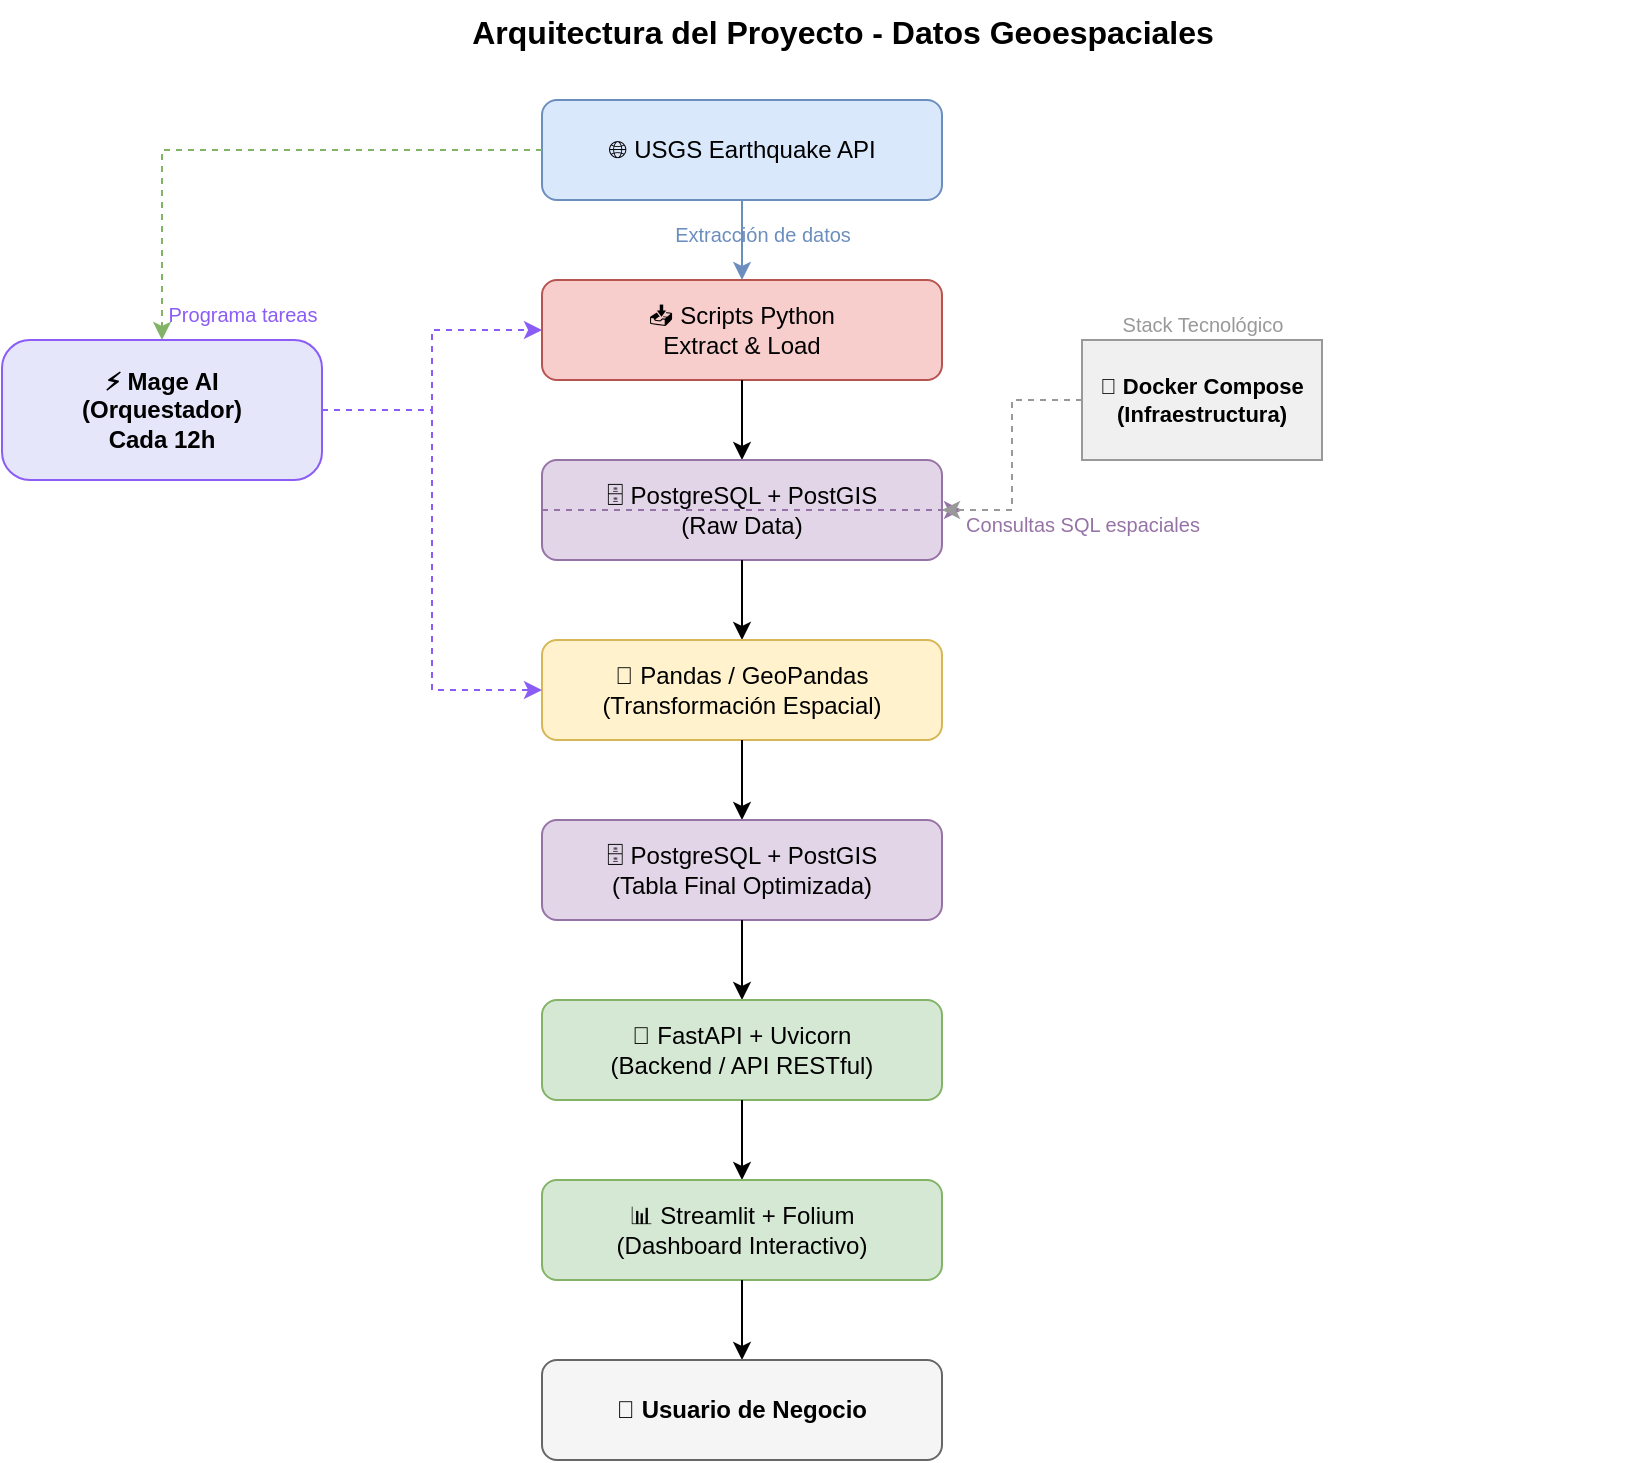
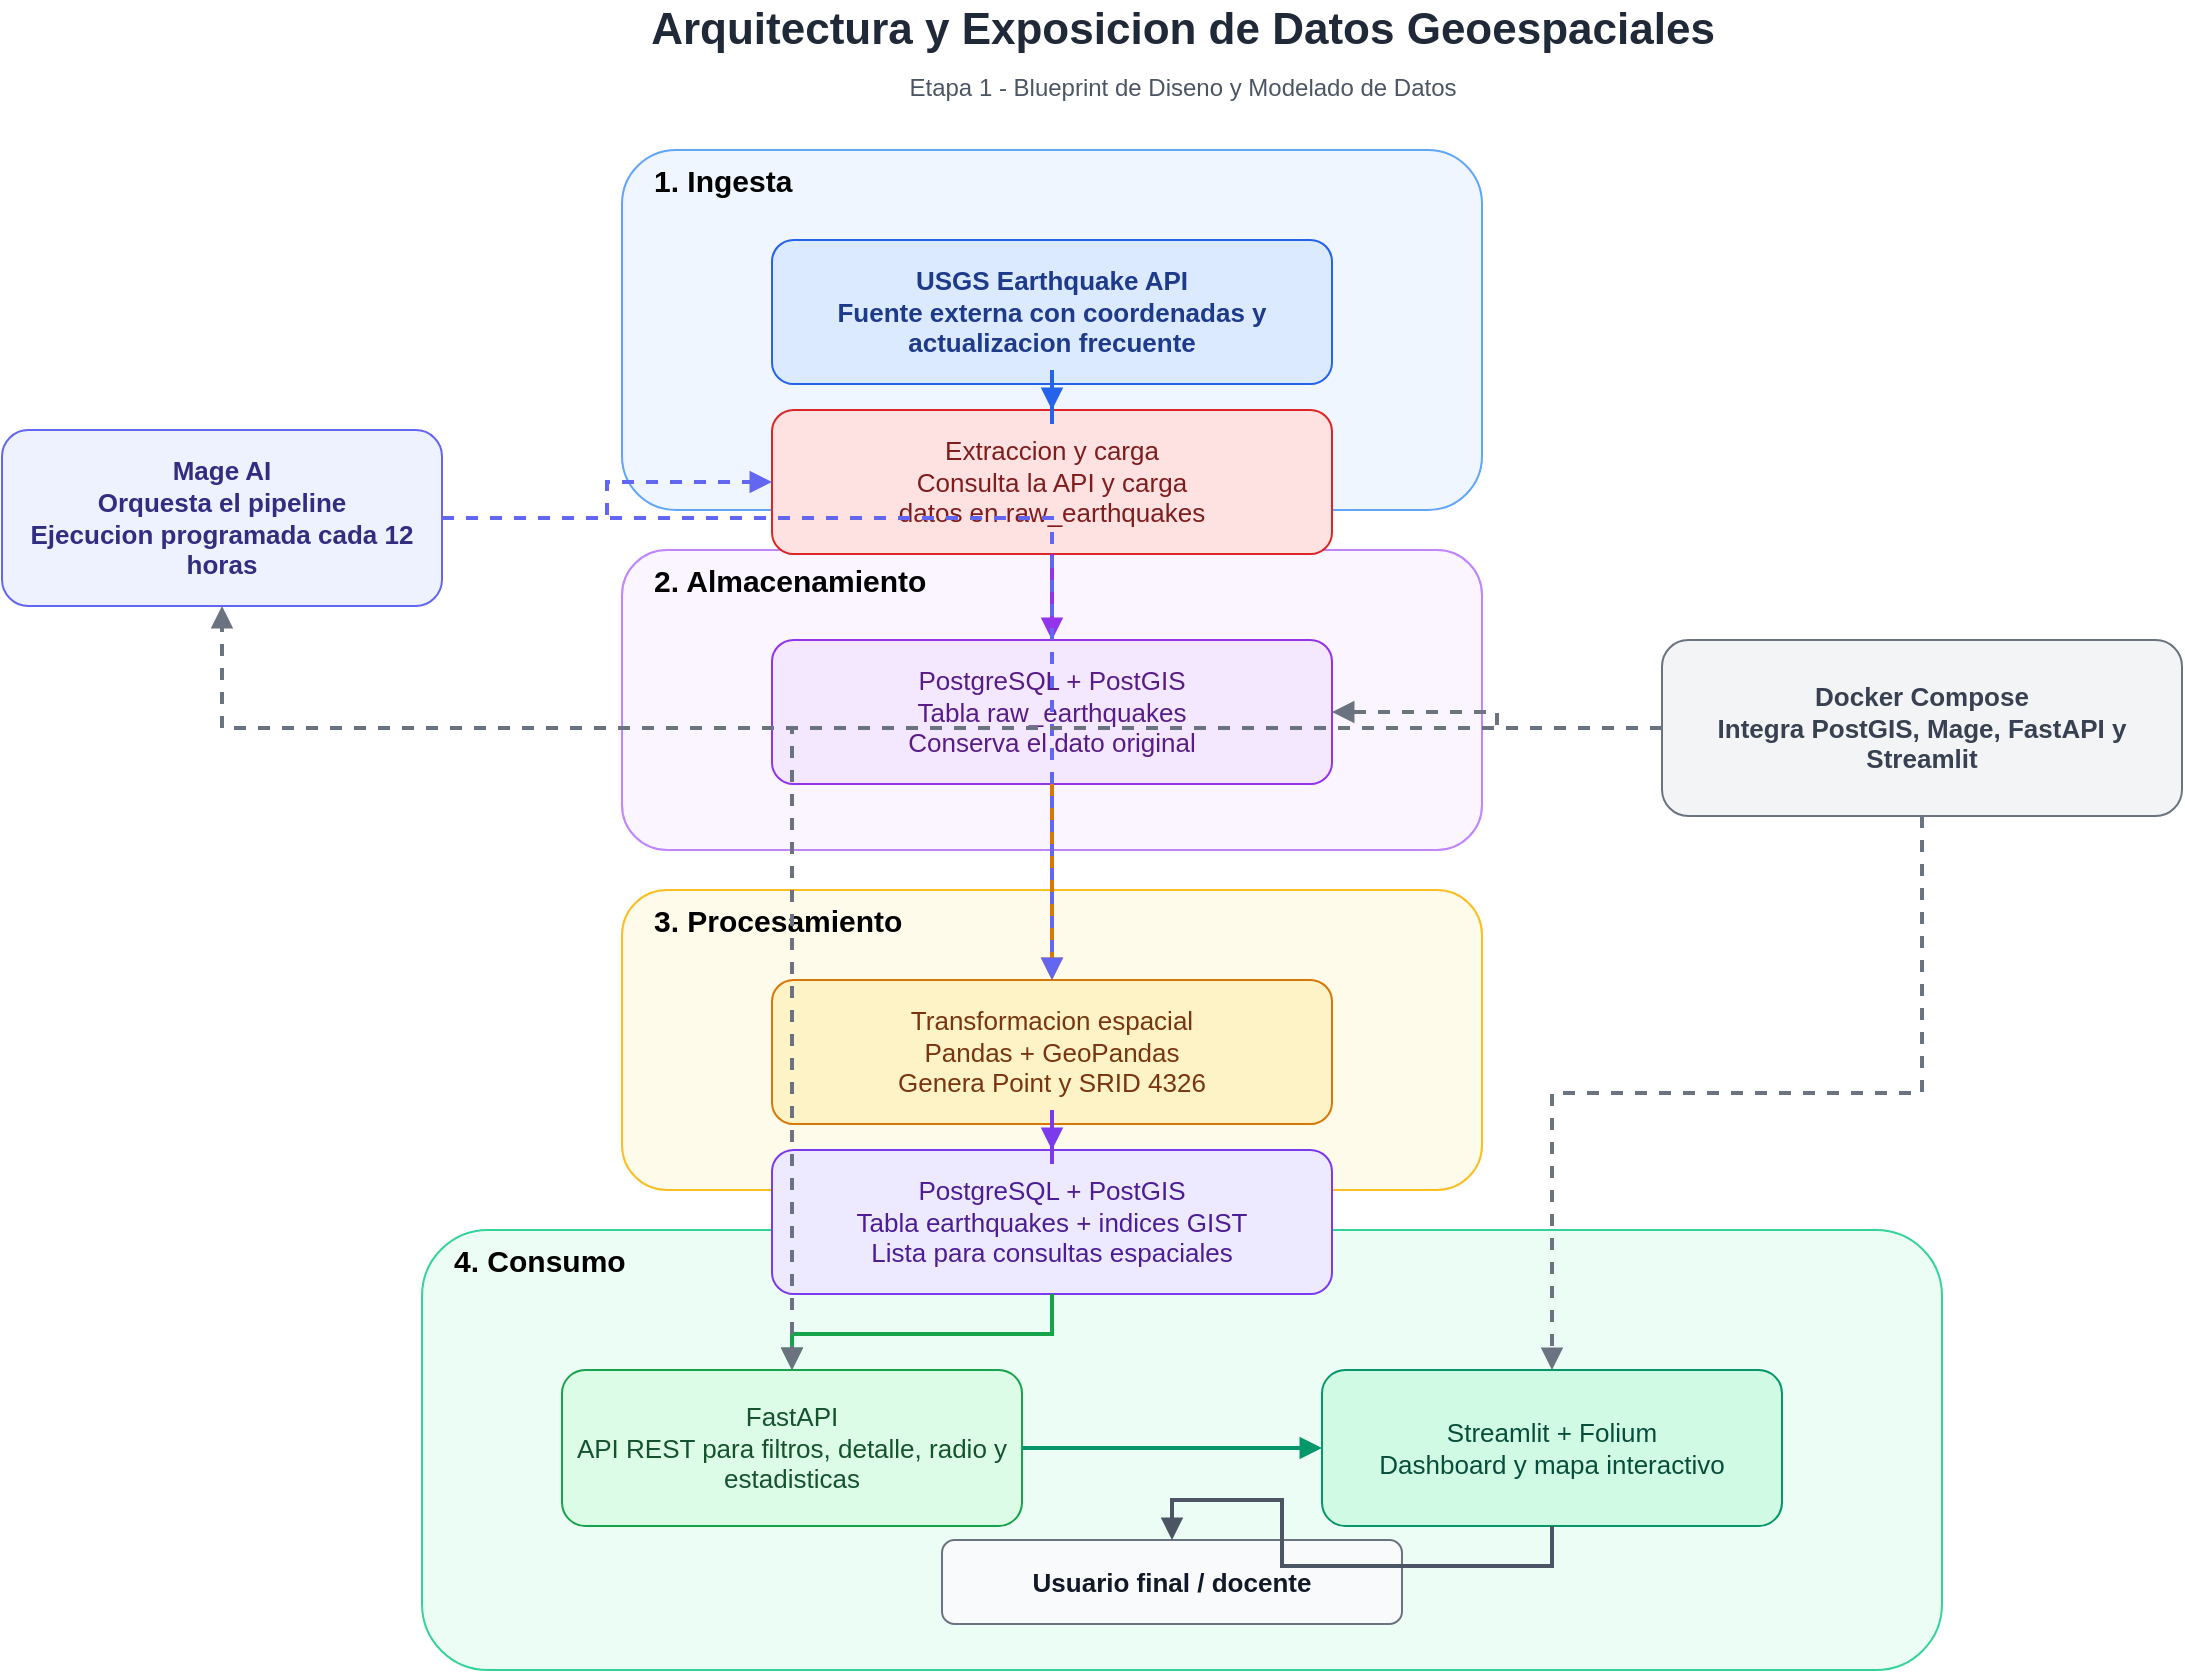
- <mxfile host="app.diagrams.net" modified="2025-05-14T00:00:00Z" agent="ProyectoSemestral" version="21.0.0">
-   <diagram id="arch-diagram" name="Arquitectura">
-     <mxGraphModel dx="1000" dy="700" grid="1" gridSize="10" guides="1" tooltips="1" connect="1" arrows="1" fold="1" page="1" pageScale="1" pageWidth="1100" pageHeight="900">
+ <mxfile host="app.diagrams.net" modified="2026-06-06T10:00:00Z" agent="Codex" version="24.7.17">
+   <diagram id="stage1-architecture" name="Arquitectura Etapa 1">
+     <mxGraphModel dx="1600" dy="1000" grid="1" gridSize="10" guides="1" tooltips="1" connect="1" arrows="1" fold="1" page="1" pageScale="1" pageWidth="1400" pageHeight="1000" math="0" shadow="0">
      <root>
-         <mxCell id="0"/>
-         <mxCell id="1" parent="0"/>
+         <mxCell id="0" />
+         <mxCell id="1" parent="0" />

-         <!-- Título -->
-         <mxCell id="title" value="Arquitectura del Proyecto - Datos Geoespaciales" style="text;html=1;fontSize=16;fontStyle=1;align=center;verticalAlign=top;" parent="1" vertex="1">
-           <mxGeometry x="100" y="10" width="800" height="30" as="geometry"/>
+         <mxCell id="title" value="Arquitectura y Exposicion de Datos Geoespaciales" style="text;html=1;strokeColor=none;fillColor=none;align=center;verticalAlign=middle;fontSize=22;fontStyle=1;fontColor=#1f2937;" vertex="1" parent="1">
+           <mxGeometry x="280" y="20" width="840" height="30" as="geometry" />
+         </mxCell>
+         <mxCell id="subtitle" value="Etapa 1 - Blueprint de Diseno y Modelado de Datos" style="text;html=1;strokeColor=none;fillColor=none;align=center;verticalAlign=middle;fontSize=12;fontColor=#4b5563;" vertex="1" parent="1">
+           <mxGeometry x="300" y="52" width="800" height="24" as="geometry" />
        </mxCell>

-         <!-- 1. API Externa -->
-         <mxCell id="api" value="🌐 USGS Earthquake API" style="rounded=1;whiteSpace=wrap;html=1;fillColor=#dae8fc;strokeColor=#6c8ebf;" parent="1" vertex="1">
-           <mxGeometry x="350" y="60" width="200" height="50" as="geometry"/>
+         <mxCell id="phase_ingesta" value="1. Ingesta" style="rounded=1;whiteSpace=wrap;html=1;container=1;recursiveResize=0;collapsible=0;strokeColor=#60a5fa;fillColor=#eff6ff;fontStyle=1;fontSize=15;align=left;spacingLeft=14;verticalAlign=top;" vertex="1" parent="1">
+           <mxGeometry x="420" y="95" width="430" height="180" as="geometry" />
+         </mxCell>
+         <mxCell id="phase_storage" value="2. Almacenamiento" style="rounded=1;whiteSpace=wrap;html=1;container=1;recursiveResize=0;collapsible=0;strokeColor=#c084fc;fillColor=#faf5ff;fontStyle=1;fontSize=15;align=left;spacingLeft=14;verticalAlign=top;" vertex="1" parent="1">
+           <mxGeometry x="420" y="295" width="430" height="150" as="geometry" />
+         </mxCell>
+         <mxCell id="phase_processing" value="3. Procesamiento" style="rounded=1;whiteSpace=wrap;html=1;container=1;recursiveResize=0;collapsible=0;strokeColor=#fbbf24;fillColor=#fffbeb;fontStyle=1;fontSize=15;align=left;spacingLeft=14;verticalAlign=top;" vertex="1" parent="1">
+           <mxGeometry x="420" y="465" width="430" height="150" as="geometry" />
+         </mxCell>
+         <mxCell id="phase_consumo" value="4. Consumo" style="rounded=1;whiteSpace=wrap;html=1;container=1;recursiveResize=0;collapsible=0;strokeColor=#34d399;fillColor=#ecfdf5;fontStyle=1;fontSize=15;align=left;spacingLeft=14;verticalAlign=top;" vertex="1" parent="1">
+           <mxGeometry x="320" y="635" width="760" height="220" as="geometry" />
        </mxCell>

-         <!-- Flecha: API → Extract -->
-         <mxCell id="arrow1" style="edgeStyle=orthogonalEdgeStyle;rounded=0;html=1;exitX=0.5;exitY=1;entryX=0.5;entryY=0;strokeColor=#6c8ebf;" parent="1" source="api" target="extract" edge="1">
-           <mxGeometry relative="1" as="geometry"/>
+         <mxCell id="source" value="USGS Earthquake API&#10;Fuente externa con coordenadas y actualizacion frecuente" style="rounded=1;whiteSpace=wrap;html=1;fillColor=#dbeafe;strokeColor=#2563eb;fontColor=#1e3a8a;fontStyle=1;fontSize=13;spacing=8;" vertex="1" parent="1">
+           <mxGeometry x="495" y="140" width="280" height="72" as="geometry" />
+         </mxCell>
+         <mxCell id="extract" value="Extraccion y carga&#10;Consulta la API y carga&#10;datos en raw_earthquakes" style="rounded=1;whiteSpace=wrap;html=1;fillColor=#fee2e2;strokeColor=#dc2626;fontColor=#7f1d1d;fontSize=13;spacing=8;" vertex="1" parent="1">
+           <mxGeometry x="495" y="225" width="280" height="72" as="geometry" />
+         </mxCell>
+         <mxCell id="rawdb" value="PostgreSQL + PostGIS&#10;Tabla raw_earthquakes&#10;Conserva el dato original" style="rounded=1;whiteSpace=wrap;html=1;fillColor=#f3e8ff;strokeColor=#9333ea;fontColor=#581c87;fontSize=13;spacing=8;" vertex="1" parent="1">
+           <mxGeometry x="495" y="340" width="280" height="72" as="geometry" />
+         </mxCell>
+         <mxCell id="transform" value="Transformacion espacial&#10;Pandas + GeoPandas&#10;Genera Point y SRID 4326" style="rounded=1;whiteSpace=wrap;html=1;fillColor=#fef3c7;strokeColor=#d97706;fontColor=#78350f;fontSize=13;spacing=8;" vertex="1" parent="1">
+           <mxGeometry x="495" y="510" width="280" height="72" as="geometry" />
+         </mxCell>
+         <mxCell id="finaldb" value="PostgreSQL + PostGIS&#10;Tabla earthquakes + indices GIST&#10;Lista para consultas espaciales" style="rounded=1;whiteSpace=wrap;html=1;fillColor=#ede9fe;strokeColor=#7c3aed;fontColor=#4c1d95;fontSize=13;spacing=8;" vertex="1" parent="1">
+           <mxGeometry x="495" y="595" width="280" height="72" as="geometry" />
+         </mxCell>
+         <mxCell id="api" value="FastAPI&#10;API REST para filtros, detalle, radio y estadisticas" style="rounded=1;whiteSpace=wrap;html=1;fillColor=#dcfce7;strokeColor=#16a34a;fontColor=#14532d;fontSize=13;spacing=8;" vertex="1" parent="1">
+           <mxGeometry x="390" y="705" width="230" height="78" as="geometry" />
+         </mxCell>
+         <mxCell id="dashboard" value="Streamlit + Folium&#10;Dashboard y mapa interactivo" style="rounded=1;whiteSpace=wrap;html=1;fillColor=#d1fae5;strokeColor=#059669;fontColor=#064e3b;fontSize=13;spacing=8;" vertex="1" parent="1">
+           <mxGeometry x="770" y="705" width="230" height="78" as="geometry" />
+         </mxCell>
+         <mxCell id="user" value="Usuario final / docente" style="rounded=1;whiteSpace=wrap;html=1;fillColor=#f9fafb;strokeColor=#6b7280;fontColor=#111827;fontStyle=1;fontSize=13;spacing=8;" vertex="1" parent="1">
+           <mxGeometry x="580" y="790" width="230" height="42" as="geometry" />
        </mxCell>

-         <!-- Flecha: API → Mage como texto de programación -->
-         <mxCell id="arrow_mage_api" style="edgeStyle=orthogonalEdgeStyle;rounded=0;html=1;exitX=0;exitY=0.5;entryX=0.5;entryY=0;strokeColor=#82b366;dashed=1;" parent="1" source="api" target="mage" edge="1">
-           <mxGeometry relative="1" as="geometry">
-             <mxPoint x="300" y="85" as="sourcePoint"/>
-             <mxPoint x="180" y="180" as="targetPoint"/>
-           </mxGeometry>
+         <mxCell id="mage" value="Mage AI&#10;Orquesta el pipeline&#10;Ejecucion programada cada 12 horas" style="rounded=1;whiteSpace=wrap;html=1;fillColor=#eef2ff;strokeColor=#6366f1;fontColor=#312e81;fontStyle=1;fontSize=13;spacing=8;" vertex="1" parent="1">
+           <mxGeometry x="110" y="235" width="220" height="88" as="geometry" />
+         </mxCell>
+         <mxCell id="docker" value="Docker Compose&#10;Integra PostGIS, Mage, FastAPI y Streamlit" style="rounded=1;whiteSpace=wrap;html=1;fillColor=#f3f4f6;strokeColor=#6b7280;fontColor=#374151;fontStyle=1;fontSize=13;spacing=8;" vertex="1" parent="1">
+           <mxGeometry x="940" y="340" width="260" height="88" as="geometry" />
        </mxCell>

-         <!-- 2. Extract & Load -->
-         <mxCell id="extract" value="📥 Scripts Python&#10;Extract &amp; Load" style="rounded=1;whiteSpace=wrap;html=1;fillColor=#f8cecc;strokeColor=#b85450;" parent="1" vertex="1">
-           <mxGeometry x="350" y="150" width="200" height="50" as="geometry"/>
+         <mxCell id="edge1" style="edgeStyle=orthogonalEdgeStyle;rounded=0;orthogonalLoop=1;jettySize=auto;html=1;strokeColor=#2563eb;strokeWidth=2;endArrow=block;endFill=1;" edge="1" parent="1" source="source" target="extract">
+           <mxGeometry relative="1" as="geometry" />
        </mxCell>
- 
-         <!-- Flecha: Extract → PostGIS Raw -->
-         <mxCell id="arrow2" style="edgeStyle=orthogonalEdgeStyle;rounded=0;html=1;exitX=0.5;exitY=1;entryX=0.5;entryY=0;" parent="1" source="extract" target="postgis1" edge="1">
-           <mxGeometry relative="1" as="geometry"/>
+         <mxCell id="edge2" style="edgeStyle=orthogonalEdgeStyle;rounded=0;orthogonalLoop=1;jettySize=auto;html=1;strokeColor=#9333ea;strokeWidth=2;endArrow=block;endFill=1;" edge="1" parent="1" source="extract" target="rawdb">
+           <mxGeometry relative="1" as="geometry" />
        </mxCell>
- 
-         <!-- 3. PostgreSQL + PostGIS (Raw) -->
-         <mxCell id="postgis1" value="🗄️ PostgreSQL + PostGIS&#10;(Raw Data)" style="rounded=1;whiteSpace=wrap;html=1;fillColor=#e1d5e7;strokeColor=#9673a6;" parent="1" vertex="1">
-           <mxGeometry x="350" y="240" width="200" height="50" as="geometry"/>
+         <mxCell id="edge3" style="edgeStyle=orthogonalEdgeStyle;rounded=0;orthogonalLoop=1;jettySize=auto;html=1;strokeColor=#d97706;strokeWidth=2;endArrow=block;endFill=1;" edge="1" parent="1" source="rawdb" target="transform">
+           <mxGeometry relative="1" as="geometry" />
        </mxCell>
- 
-         <!-- Flecha: PostGIS Raw → Transform -->
-         <mxCell id="arrow3" style="edgeStyle=orthogonalEdgeStyle;rounded=0;html=1;exitX=0.5;exitY=1;entryX=0.5;entryY=0;" parent="1" source="postgis1" target="transform" edge="1">
-           <mxGeometry relative="1" as="geometry"/>
+         <mxCell id="edge4" style="edgeStyle=orthogonalEdgeStyle;rounded=0;orthogonalLoop=1;jettySize=auto;html=1;strokeColor=#7c3aed;strokeWidth=2;endArrow=block;endFill=1;" edge="1" parent="1" source="transform" target="finaldb">
+           <mxGeometry relative="1" as="geometry" />
        </mxCell>
- 
-         <!-- 4. Transform (GeoPandas) -->
-         <mxCell id="transform" value="🔄 Pandas / GeoPandas&#10;(Transformación Espacial)" style="rounded=1;whiteSpace=wrap;html=1;fillColor=#fff2cc;strokeColor=#d6b656;" parent="1" vertex="1">
-           <mxGeometry x="350" y="330" width="200" height="50" as="geometry"/>
+         <mxCell id="edge5" style="edgeStyle=orthogonalEdgeStyle;rounded=0;orthogonalLoop=1;jettySize=auto;html=1;strokeColor=#16a34a;strokeWidth=2;endArrow=block;endFill=1;" edge="1" parent="1" source="finaldb" target="api">
+           <mxGeometry relative="1" as="geometry" />
        </mxCell>
- 
-         <!-- Flecha: Transform → PostGIS Final -->
-         <mxCell id="arrow4" style="edgeStyle=orthogonalEdgeStyle;rounded=0;html=1;exitX=0.5;exitY=1;entryX=0.5;entryY=0;" parent="1" source="transform" target="postgis2" edge="1">
-           <mxGeometry relative="1" as="geometry"/>
+         <mxCell id="edge6" style="edgeStyle=orthogonalEdgeStyle;rounded=0;orthogonalLoop=1;jettySize=auto;html=1;strokeColor=#059669;strokeWidth=2;endArrow=block;endFill=1;" edge="1" parent="1" source="api" target="dashboard">
+           <mxGeometry relative="1" as="geometry" />
        </mxCell>
- 
-         <!-- 5. PostgreSQL + PostGIS (Final) -->
-         <mxCell id="postgis2" value="🗄️ PostgreSQL + PostGIS&#10;(Tabla Final Optimizada)" style="rounded=1;whiteSpace=wrap;html=1;fillColor=#e1d5e7;strokeColor=#9673a6;" parent="1" vertex="1">
-           <mxGeometry x="350" y="420" width="200" height="50" as="geometry"/>
+         <mxCell id="edge7" style="edgeStyle=orthogonalEdgeStyle;rounded=0;orthogonalLoop=1;jettySize=auto;html=1;strokeColor=#4b5563;strokeWidth=2;endArrow=block;endFill=1;" edge="1" parent="1" source="dashboard" target="user">
+           <mxGeometry relative="1" as="geometry" />
        </mxCell>
- 
-         <!-- Flecha: PostGIS Final → FastAPI -->
-         <mxCell id="arrow5" style="edgeStyle=orthogonalEdgeStyle;rounded=0;html=1;exitX=0.5;exitY=1;entryX=0.5;entryY=0;" parent="1" source="postgis2" target="fastapi" edge="1">
-           <mxGeometry relative="1" as="geometry"/>
+         <mxCell id="edge8" style="edgeStyle=orthogonalEdgeStyle;rounded=0;orthogonalLoop=1;jettySize=auto;html=1;strokeColor=#6366f1;strokeWidth=2;dashed=1;endArrow=block;endFill=1;" edge="1" parent="1" source="mage" target="extract">
+           <mxGeometry relative="1" as="geometry" />
        </mxCell>
- 
-         <!-- 6. FastAPI -->
-         <mxCell id="fastapi" value="🚀 FastAPI + Uvicorn&#10;(Backend / API RESTful)" style="rounded=1;whiteSpace=wrap;html=1;fillColor=#d5e8d4;strokeColor=#82b366;" parent="1" vertex="1">
-           <mxGeometry x="350" y="510" width="200" height="50" as="geometry"/>
+         <mxCell id="edge9" style="edgeStyle=orthogonalEdgeStyle;rounded=0;orthogonalLoop=1;jettySize=auto;html=1;strokeColor=#6366f1;strokeWidth=2;dashed=1;endArrow=block;endFill=1;" edge="1" parent="1" source="mage" target="transform">
+           <mxGeometry relative="1" as="geometry" />
        </mxCell>
- 
-         <!-- Flecha: FastAPI → Streamlit -->
-         <mxCell id="arrow6" style="edgeStyle=orthogonalEdgeStyle;rounded=0;html=1;exitX=0.5;exitY=1;entryX=0.5;entryY=0;" parent="1" source="fastapi" target="streamlit" edge="1">
-           <mxGeometry relative="1" as="geometry"/>
+         <mxCell id="edge10" style="edgeStyle=orthogonalEdgeStyle;rounded=0;orthogonalLoop=1;jettySize=auto;html=1;strokeColor=#6b7280;strokeWidth=2;dashed=1;endArrow=block;endFill=1;" edge="1" parent="1" source="docker" target="mage">
+           <mxGeometry relative="1" as="geometry" />
        </mxCell>
- 
-         <!-- 7. Streamlit -->
-         <mxCell id="streamlit" value="📊 Streamlit + Folium&#10;(Dashboard Interactivo)" style="rounded=1;whiteSpace=wrap;html=1;fillColor=#d5e8d4;strokeColor=#82b366;" parent="1" vertex="1">
-           <mxGeometry x="350" y="600" width="200" height="50" as="geometry"/>
+         <mxCell id="edge11" style="edgeStyle=orthogonalEdgeStyle;rounded=0;orthogonalLoop=1;jettySize=auto;html=1;strokeColor=#6b7280;strokeWidth=2;dashed=1;endArrow=block;endFill=1;" edge="1" parent="1" source="docker" target="rawdb">
+           <mxGeometry relative="1" as="geometry" />
        </mxCell>
- 
-         <!-- Flecha: Streamlit → Usuario -->
-         <mxCell id="arrow7" style="edgeStyle=orthogonalEdgeStyle;rounded=0;html=1;exitX=0.5;exitY=1;entryX=0.5;entryY=0;" parent="1" source="streamlit" target="usuario" edge="1">
-           <mxGeometry relative="1" as="geometry"/>
+         <mxCell id="edge12" style="edgeStyle=orthogonalEdgeStyle;rounded=0;orthogonalLoop=1;jettySize=auto;html=1;strokeColor=#6b7280;strokeWidth=2;dashed=1;endArrow=block;endFill=1;" edge="1" parent="1" source="docker" target="api">
+           <mxGeometry relative="1" as="geometry" />
        </mxCell>
- 
-         <!-- 8. Usuario de Negocio -->
-         <mxCell id="usuario" value="👤 Usuario de Negocio" style="rounded=1;whiteSpace=wrap;html=1;fillColor=#f5f5f5;strokeColor=#666666;fontStyle=1;" parent="1" vertex="1">
-           <mxGeometry x="350" y="690" width="200" height="50" as="geometry"/>
+         <mxCell id="edge13" style="edgeStyle=orthogonalEdgeStyle;rounded=0;orthogonalLoop=1;jettySize=auto;html=1;strokeColor=#6b7280;strokeWidth=2;dashed=1;endArrow=block;endFill=1;" edge="1" parent="1" source="docker" target="dashboard">
+           <mxGeometry relative="1" as="geometry" />
        </mxCell>
- 
-         <!-- 9. Mage AI (Orquestador - Lateral) -->
-         <mxCell id="mage" value="⚡ Mage AI&#10;(Orquestador)&#10;Cada 12h" style="rounded=1;whiteSpace=wrap;html=1;fillColor=#e6e6fa;strokeColor=#8b5cf6;fontStyle=1;arcSize=20;" parent="1" vertex="1">
-           <mxGeometry x="80" y="180" width="160" height="70" as="geometry"/>
-         </mxCell>
- 
-         <!-- Flecha: Mage → Extract -->
-         <mxCell id="arrow_mage1" style="edgeStyle=orthogonalEdgeStyle;rounded=0;html=1;exitX=1;exitY=0.5;entryX=0;entryY=0.5;strokeColor=#8b5cf6;dashed=1;" parent="1" source="mage" target="extract" edge="1">
-           <mxGeometry relative="1" as="geometry"/>
-         </mxCell>
- 
-         <!-- Flecha: Mage → Transform -->
-         <mxCell id="arrow_mage2" style="edgeStyle=orthogonalEdgeStyle;rounded=0;html=1;exitX=1;exitY=0.5;entryX=0;entryY=0.5;strokeColor=#8b5cf6;dashed=1;" parent="1" source="mage" target="transform" edge="1">
-           <mxGeometry relative="1" as="geometry"/>
-         </mxCell>
- 
-         <!-- Etiqueta: Extracción de datos -->
-         <mxCell id="label1" value="Extracción de datos" style="text;html=1;fontSize=10;fontColor=#6c8ebf;align=center;" parent="1" vertex="1">
-           <mxGeometry x="410" y="115" width="100" height="20" as="geometry"/>
-         </mxCell>
- 
-         <!-- Etiqueta: programa tareas -->
-         <mxCell id="label2" value="Programa tareas" style="text;html=1;fontSize=10;fontColor=#8b5cf6;align=center;" parent="1" vertex="1">
-           <mxGeometry x="160" y="155" width="80" height="20" as="geometry"/>
-         </mxCell>
- 
-         <!-- Etiqueta: Consultas espaciales SQL -->
-         <mxCell id="label3" value="Consultas SQL espaciales" style="text;html=1;fontSize=10;fontColor=#9673a6;align=center;" parent="1" vertex="1">
-           <mxGeometry x="560" y="260" width="120" height="20" as="geometry"/>
-         </mxCell>
-         <mxCell id="line1" style="edgeStyle=orthogonalEdgeStyle;rounded=0;html=1;exitX=0;exitY=0.5;entryX=0.5;entryY=0.5;dashed=1;strokeColor=#9673a6;" parent="1" edge="1">
-           <mxGeometry relative="1" as="geometry">
-             <mxPoint x="350" y="265" as="sourcePoint"/>
-             <mxPoint x="560" y="265" as="targetPoint"/>
-           </mxGeometry>
-         </mxCell>
- 
-         <!-- Docker (barra lateral) -->
-         <mxCell id="docker" value="🐳 Docker Compose&#10;(Infraestructura)" style="rounded=0;whiteSpace=wrap;html=1;fillColor=#f0f0f0;strokeColor=#999;fontSize=11;fontStyle=1;arcSize=10;" parent="1" vertex="1">
-           <mxGeometry x="620" y="180" width="120" height="60" as="geometry"/>
-         </mxCell>
- 
-         <!-- Flecha Docker → (dashed a todos) -->
-         <mxCell id="arrow_docker" style="edgeStyle=orthogonalEdgeStyle;rounded=0;html=1;exitX=0;exitY=0.5;entryX=1;entryY=0.5;strokeColor=#999;dashed=1;" parent="1" source="docker" target="postgis1" edge="1">
-           <mxGeometry relative="1" as="geometry"/>
-         </mxCell>
- 
-         <!-- Etiqueta de stack -->
-         <mxCell id="stack_label" value="Stack Tecnológico" style="text;html=1;fontSize=10;fontColor=#999;align=center;" parent="1" vertex="1">
-           <mxGeometry x="620" y="160" width="120" height="20" as="geometry"/>
-         </mxCell>
- 
-       </root>
+         </root>
    </mxGraphModel>
  </diagram>
</mxfile>
